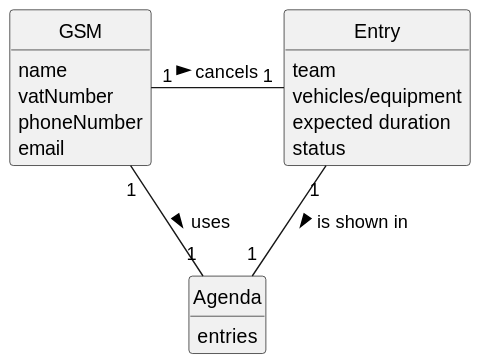
Before: docs/sprint3/us025/02.analysis/svg/us025-domain-model.svg, a diagram exported from PlantUML (tiagosoa/lei-24-s2-1dgh-g073).
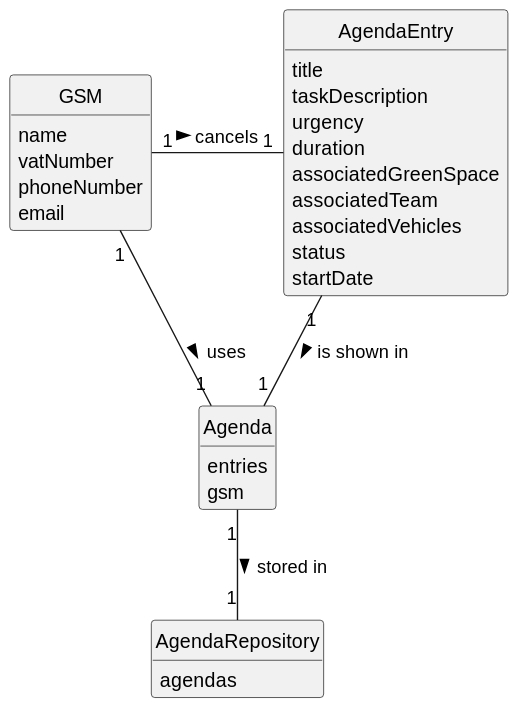
The same diagram one commit later.

What changed in the source:
```diff
@@ -18,19 +18,30 @@
     email
 }
 
-class Entry {
-    team
-    vehicles/equipment
-    expected duration
-    status
+class AgendaEntry {
+     title
+     taskDescription
+     urgency
+     duration
+     associatedGreenSpace
+     associatedTeam
+     associatedVehicles
+     status
+     startDate
 }
 
 class Agenda {
     entries
+    gsm
+}
+
+class AgendaRepository {
+    agendas
 }
 
 
-GSM "1" - "1" Entry: cancels >
+GSM "1" - "1" AgendaEntry: cancels >
 GSM "1" -- "1" Agenda: uses >
-Entry "1" -- "1" Agenda: is shown in >
+AgendaEntry "1" -- "1" Agenda: is shown in >
+Agenda "1" -- "1" AgendaRepository: stored in >
 @enduml
```
